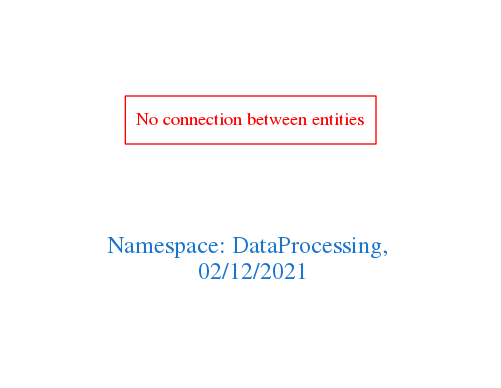
Earlier version of the Graphviz export downloads/DataProcessing.png (arago/OGIT). Its source is kept beside it as downloads/DataProcessing.dot.
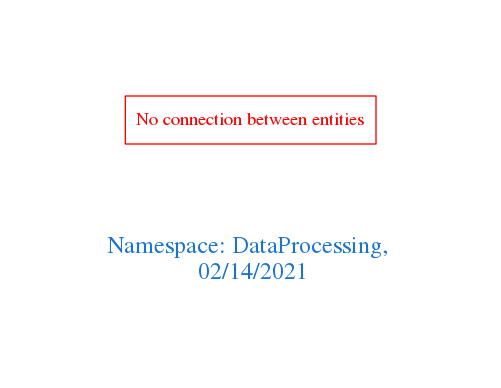
The same file after the commit.

Change to the diagram source:
```diff
@@ -1,7 +1,7 @@
 digraph OGIT_ontology {
  graph [ rankdir= LR,pad=1
 fontsize = 18,
-fontcolor= dodgerblue3,label = "\n\n\nNamespace: DataProcessing, \n 02/12/2021"];
+fontcolor= dodgerblue3,label = "\n\n\nNamespace: DataProcessing, \n 02/14/2021"];
 node[shape=polygon];
 edge [  color="gray81"];
 
```
